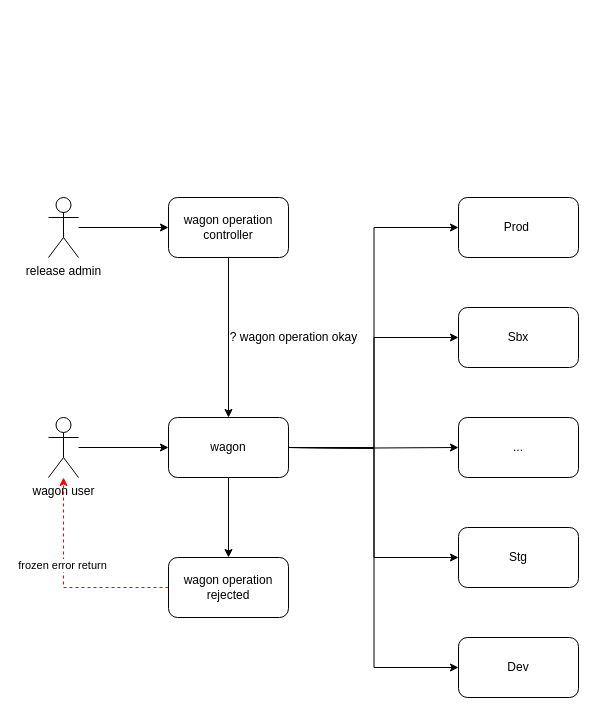
The draw.io diagram wagon freeze.drawio in jiangtao7/draw.io, before the edit. Source tidied: cells renumbered, new cells numbered last; positions are measured from the earlier drawing's top-left corner, leaving out a move shared by most shapes. Both pictures are drawn from the tidied source at 100%, with x=0, y=0 at pixel (48, 197).
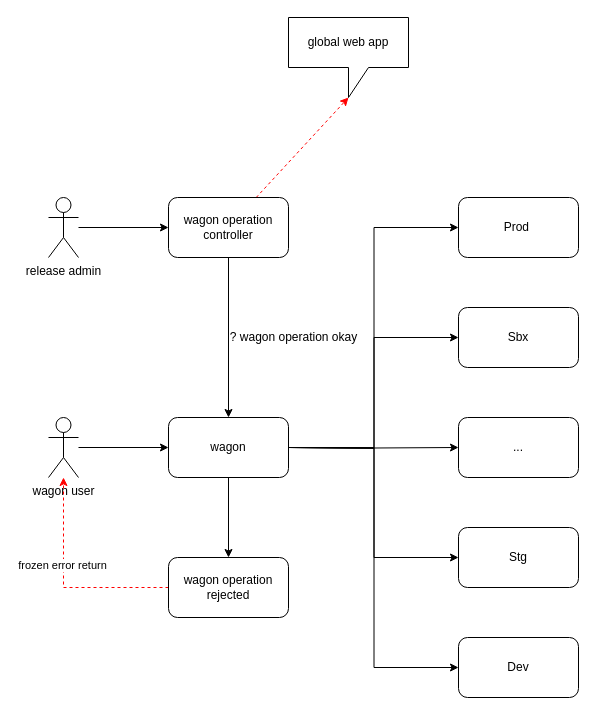
The same diagram, later.

The change refers to these unchanged cells:
```xml
<mxCell id="15" value="wagon operation controller" style="rounded=1;whiteSpace=wrap;html=1;" parent="1" vertex="1">
  <mxGeometry x="120" width="120" height="60" as="geometry" />
</mxCell>
```

Diff of the diagram source:
```diff
@@
+    <mxCell id="24" style="edgeStyle=none;rounded=0;jettySize=auto;html=1;entryX=0;entryY=0;entryDx=60;entryDy=80;entryPerimeter=0;dashed=1;strokeColor=#FF0000;startArrow=none;startFill=0;" parent="1" edge="1" source="15" target="25">
+      <mxGeometry relative="1" as="geometry" />
+    </mxCell>
@@
+    <mxCell id="25" value="global web app" style="shape=callout;whiteSpace=wrap;html=1;perimeter=calloutPerimeter;" parent="1" vertex="1">
+      <mxGeometry x="240" y="-180" width="120" height="80" as="geometry" />
+    </mxCell>
```
